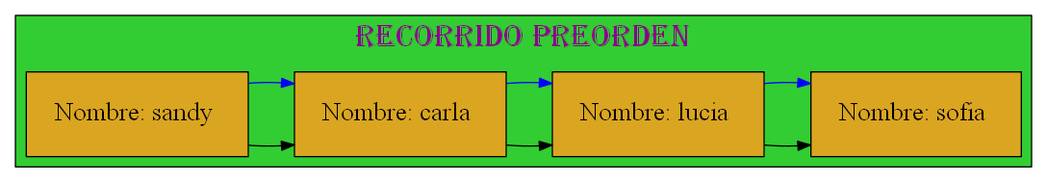
Before: Graficas/Recorrido_Preorden.dot.png, a diagram exported from Graphviz (mariotun/EDD_1S2020_PY1_201602942). Its source is kept beside it as Graficas/Recorrido_Preorden.dot.
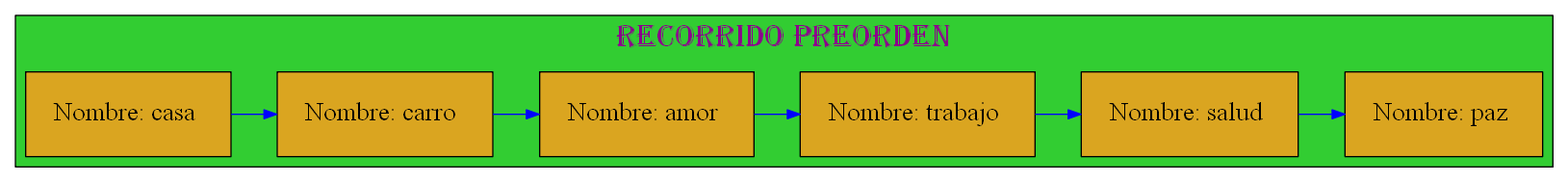
Above is the later version.

Change to the diagram source:
```diff
@@ -13,12 +13,14 @@
 node[margin=0.3 shape=box style=filled fontcolor=black fillcolor=goldenrod fontsize=20];
 {rank=same;
 
-25770483664[label="Nombre: sandy " ];
-25770483920[label="Nombre: carla " ];
-25770483392[label="Nombre: lucia " ];
-25770483232[label="Nombre: sofia " ];
+25770475840[label="Nombre: casa " ];
+25770476048[label="Nombre: carro " ];
+25770476704[label="Nombre: amor " ];
+25770476448[label="Nombre: trabajo " ];
+25770476256[label="Nombre: salud " ];
+25770477264[label="Nombre: paz " ];
 };
-25770483664 -> 25770483920 -> 25770483392 -> 25770483232 25770483664 -> 25770483920 -> 25770483392 -> 25770483232
+25770475840 -> 25770476048 -> 25770476704 -> 25770476448 -> 25770476256 -> 25770477264
 
 [color=blue ];
 }
```
